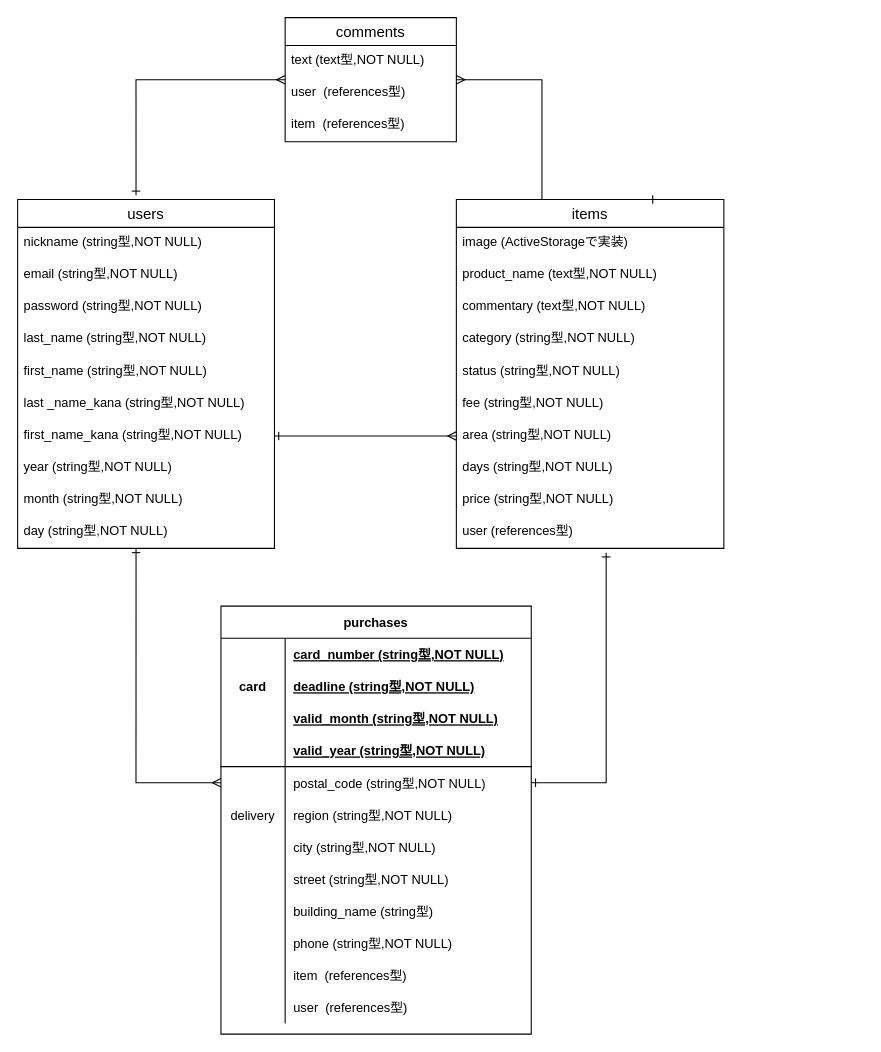
Above: furima.dio in watayuuu/furima-32319 (draw.io), before the change. Source tidied: cells renumbered, new cells numbered last; positions are measured from the earlier drawing's top-left corner, leaving out a move shared by most shapes. Both pictures are drawn from the tidied source at 107%, with x=0, y=0 at pixel (17, 17).
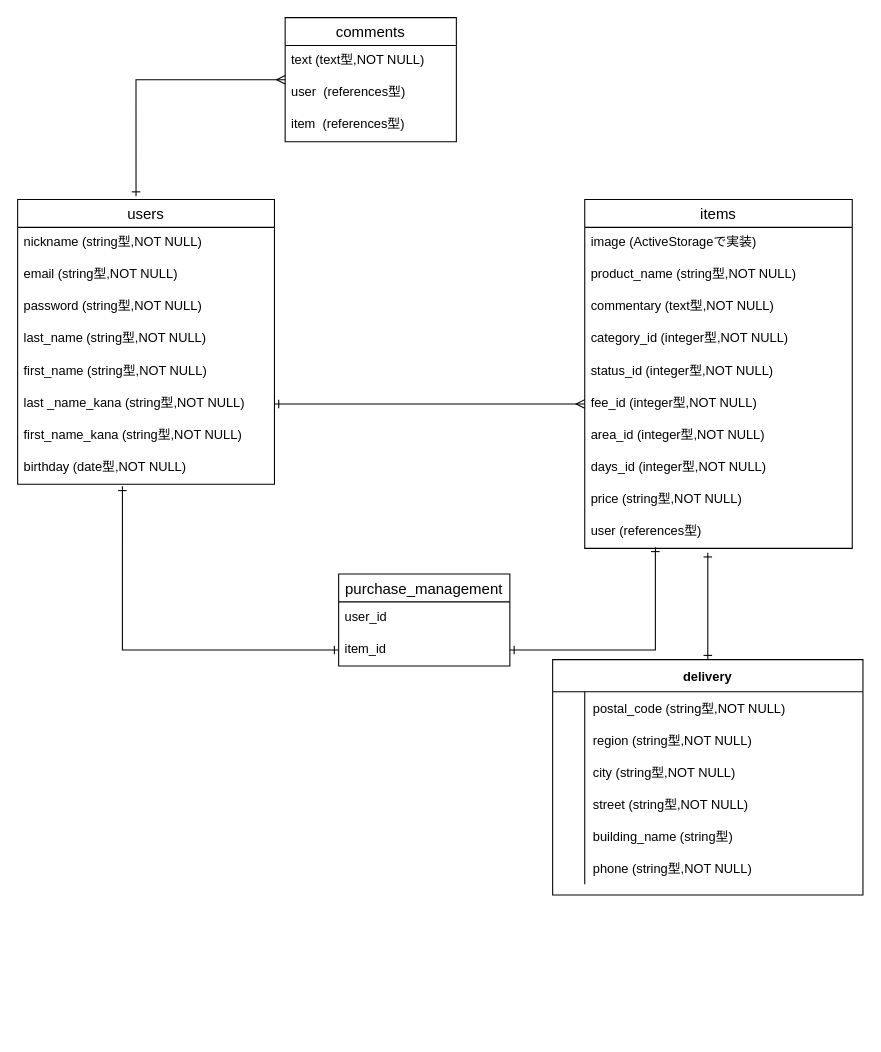
After the change.

Commit message (it also covers changes not shown here):
セータベース設計の修正１

Unchanged cells that the change refers to:
```xml
<mxCell id="8" value="last _name_kana (string型,NOT NULL)" style="text;strokeColor=none;fillColor=none;spacingLeft=4;spacingRight=4;overflow=hidden;points=[[0,0.5],[1,0.5]];portConstraint=eastwest;fontSize=12;" parent="2" vertex="1">
  <mxGeometry y="176" width="240" height="30" as="geometry" />
</mxCell>
<mxCell id="9" value="first_name_kana (string型,NOT NULL)" style="text;strokeColor=none;fillColor=none;spacingLeft=4;spacingRight=4;overflow=hidden;points=[[0,0.5],[1,0.5]];portConstraint=eastwest;fontSize=12;" parent="2" vertex="1">
  <mxGeometry y="206" width="240" height="30" as="geometry" />
</mxCell>
<mxCell id="23" value="user (references型)" style="text;strokeColor=none;fillColor=none;spacingLeft=4;spacingRight=4;overflow=hidden;points=[[0,0.5],[1,0.5]];portConstraint=eastwest;fontSize=12;" parent="13" vertex="1">
  <mxGeometry y="296" width="250" height="30" as="geometry" />
</mxCell>
<mxCell id="66" value="comments" style="swimlane;fontStyle=0;horizontal=1;startSize=26;align=center;fontSize=14;" parent="1" vertex="1">
  <mxGeometry x="250" width="160" height="116" as="geometry" />
</mxCell>
```

Diff of the diagram source:
```diff
@@
     <mxCell id="2" value="users" style="swimlane;fontStyle=0;horizontal=1;startSize=26;align=center;fontSize=14;" parent="1" vertex="1">
-      <mxGeometry y="170" width="240" height="326" as="geometry" />
+      <mxGeometry y="170" width="240" height="266" as="geometry" />
     </mxCell>
@@
-    <mxCell id="10" value="year (string型,NOT NULL)" style="text;strokeColor=none;fillColor=none;spacingLeft=4;spacingRight=4;overflow=hidden;fontSize=12;" parent="2" vertex="1">
-      <mxGeometry y="236" width="240" height="30" as="geometry" />
-    </mxCell>
-    <mxCell id="11" value="month (string型,NOT NULL)" style="text;strokeColor=none;fillColor=none;spacingLeft=4;spacingRight=4;overflow=hidden;fontSize=12;" parent="2" vertex="1">
-      <mxGeometry y="266" width="240" height="30" as="geometry" />
-    </mxCell>
-    <mxCell id="12" value="day (string型,NOT NULL)" style="text;strokeColor=none;fillColor=none;spacingLeft=4;spacingRight=4;overflow=hidden;points=[[0,0.5],[1,0.5]];portConstraint=eastwest;fontSize=12;" parent="2" vertex="1">
-      <mxGeometry y="296" width="240" height="30" as="geometry" />
+    <mxCell id="12" value="birthday (date型,NOT NULL)" style="text;strokeColor=none;fillColor=none;spacingLeft=4;spacingRight=4;overflow=hidden;points=[[0,0.5],[1,0.5]];portConstraint=eastwest;fontSize=12;" parent="2" vertex="1">
+      <mxGeometry y="236" width="240" height="30" as="geometry" />
     </mxCell>
     <mxCell id="13" value="items" style="swimlane;fontStyle=0;horizontal=1;startSize=26;align=center;fontSize=14;" parent="1" vertex="1">
-      <mxGeometry x="410" y="170" width="250" height="326" as="geometry" />
+      <mxGeometry x="530" y="170" width="250" height="326" as="geometry" />
     </mxCell>
@@
-    <mxCell id="15" value="product_name (text型,NOT NULL)" style="text;strokeColor=none;fillColor=none;spacingLeft=4;spacingRight=4;overflow=hidden;fontSize=12;" parent="13" vertex="1">
+    <mxCell id="15" value="product_name (string型,NOT NULL)" style="text;strokeColor=none;fillColor=none;spacingLeft=4;spacingRight=4;overflow=hidden;fontSize=12;" parent="13" vertex="1">
       <mxGeometry y="56" width="250" height="30" as="geometry" />
     </mxCell>
@@
-    <mxCell id="17" value="category (string型,NOT NULL)" style="text;strokeColor=none;fillColor=none;spacingLeft=4;spacingRight=4;overflow=hidden;fontSize=12;" parent="13" vertex="1">
+    <mxCell id="17" value="category_id (integer型,NOT NULL)" style="text;strokeColor=none;fillColor=none;spacingLeft=4;spacingRight=4;overflow=hidden;fontSize=12;" parent="13" vertex="1">
       <mxGeometry y="116" width="250" height="30" as="geometry" />
     </mxCell>
-    <mxCell id="18" value="status (string型,NOT NULL)" style="text;strokeColor=none;fillColor=none;spacingLeft=4;spacingRight=4;overflow=hidden;fontSize=12;" parent="13" vertex="1">
+    <mxCell id="18" value="status_id (integer型,NOT NULL)" style="text;strokeColor=none;fillColor=none;spacingLeft=4;spacingRight=4;overflow=hidden;fontSize=12;" parent="13" vertex="1">
       <mxGeometry y="146" width="250" height="30" as="geometry" />
     </mxCell>
-    <mxCell id="19" value="fee (string型,NOT NULL)" style="text;strokeColor=none;fillColor=none;spacingLeft=4;spacingRight=4;overflow=hidden;points=[[0,0.5],[1,0.5]];portConstraint=eastwest;fontSize=12;" parent="13" vertex="1">
+    <mxCell id="19" value="fee_id (integer型,NOT NULL)" style="text;strokeColor=none;fillColor=none;spacingLeft=4;spacingRight=4;overflow=hidden;points=[[0,0.5],[1,0.5]];portConstraint=eastwest;fontSize=12;" parent="13" vertex="1">
       <mxGeometry y="176" width="250" height="30" as="geometry" />
     </mxCell>
-    <mxCell id="20" value="area (string型,NOT NULL)" style="text;strokeColor=none;fillColor=none;spacingLeft=4;spacingRight=4;overflow=hidden;points=[[0,0.5],[1,0.5]];portConstraint=eastwest;fontSize=12;" parent="13" vertex="1">
+    <mxCell id="20" value="area_id (integer型,NOT NULL)" style="text;strokeColor=none;fillColor=none;spacingLeft=4;spacingRight=4;overflow=hidden;points=[[0,0.5],[1,0.5]];portConstraint=eastwest;fontSize=12;" parent="13" vertex="1">
       <mxGeometry y="206" width="250" height="30" as="geometry" />
     </mxCell>
-    <mxCell id="21" value="days (string型,NOT NULL)" style="text;strokeColor=none;fillColor=none;spacingLeft=4;spacingRight=4;overflow=hidden;fontSize=12;" parent="13" vertex="1">
+    <mxCell id="21" value="days_id (integer型,NOT NULL)" style="text;strokeColor=none;fillColor=none;spacingLeft=4;spacingRight=4;overflow=hidden;fontSize=12;" parent="13" vertex="1">
       <mxGeometry y="236" width="250" height="30" as="geometry" />
     </mxCell>
@@
-    <mxCell id="24" style="rounded=0;jettySize=auto;html=1;exitX=1;exitY=0.5;exitDx=0;exitDy=0;startArrow=ERone;startFill=0;endArrow=ERmany;endFill=0;" parent="1" edge="1" source="9" target="20">
-      <mxGeometry relative="1" as="geometry" />
-    </mxCell>
+    <mxCell id="70" style="edgeStyle=orthogonalEdgeStyle;rounded=0;jettySize=auto;html=1;startArrow=ERone;startFill=0;endArrow=ERone;endFill=0;" parent="1" edge="1" source="25">
+      <mxGeometry relative="1" as="geometry">
+        <mxPoint x="645" y="500" as="targetPoint" />
+      </mxGeometry>
+    </mxCell>
-    <mxCell id="25" value="purchases" style="shape=table;startSize=30;childLayout=tableLayout;rowLines=0;fontStyle=1;align=center;" parent="1" vertex="1">
-      <mxGeometry x="190" y="550" width="290" height="400" as="geometry" />
+    <mxCell id="25" value="delivery" style="shape=table;startSize=30;childLayout=tableLayout;rowLines=0;fontStyle=1;align=center;" parent="1" vertex="1">
+      <mxGeometry x="500" y="600" width="290" height="220" as="geometry" />
     </mxCell>
-    <mxCell id="26" style="shape=partialRectangle;fillColor=none;top=0;left=0;bottom=0;right=0;" parent="25" vertex="1">
-      <mxGeometry y="30" width="290" height="30" as="geometry" />
-    </mxCell>
-    <mxCell id="27" style="shape=partialRectangle;fillColor=none;top=0;left=0;bottom=0;right=0;fontStyle=1;overflow=hidden;" parent="26" vertex="1">
-      <mxGeometry width="60" height="30" as="geometry" />
-    </mxCell>
-    <mxCell id="28" value="card_number (string型,NOT NULL)" style="shape=partialRectangle;fillColor=none;top=0;left=0;bottom=0;right=0;align=left;spacingLeft=6;fontStyle=5;overflow=hidden;" parent="26" vertex="1">
-      <mxGeometry x="60" width="230" height="30" as="geometry" />
-    </mxCell>
-    <mxCell id="29" style="shape=partialRectangle;fillColor=none;top=0;left=0;bottom=0;right=0;" parent="25" vertex="1">
-      <mxGeometry y="60" width="290" height="30" as="geometry" />
-    </mxCell>
-    <mxCell id="30" value="card" style="shape=partialRectangle;fillColor=none;top=0;left=0;bottom=0;right=0;fontStyle=1;overflow=hidden;" parent="29" vertex="1">
-      <mxGeometry width="60" height="30" as="geometry" />
-    </mxCell>
-    <mxCell id="31" value="deadline (string型,NOT NULL)" style="shape=partialRectangle;fillColor=none;top=0;left=0;bottom=0;right=0;align=left;spacingLeft=6;fontStyle=5;overflow=hidden;" parent="29" vertex="1">
-      <mxGeometry x="60" width="230" height="30" as="geometry" />
-    </mxCell>
-    <mxCell id="32" style="shape=partialRectangle;fillColor=none;top=0;left=0;bottom=0;right=0;" parent="25" vertex="1">
-      <mxGeometry y="90" width="290" height="30" as="geometry" />
-    </mxCell>
-    <mxCell id="33" style="shape=partialRectangle;fillColor=none;top=0;left=0;bottom=0;right=0;fontStyle=1;overflow=hidden;" parent="32" vertex="1">
-      <mxGeometry width="60" height="30" as="geometry" />
-    </mxCell>
-    <mxCell id="34" value="valid_month (string型,NOT NULL)" style="shape=partialRectangle;fillColor=none;top=0;left=0;bottom=0;right=0;align=left;spacingLeft=6;fontStyle=5;overflow=hidden;" parent="32" vertex="1">
-      <mxGeometry x="60" width="230" height="30" as="geometry" />
-    </mxCell>
-    <mxCell id="35" style="shape=partialRectangle;fillColor=none;top=0;left=0;bottom=1;right=0;" parent="25" vertex="1">
-      <mxGeometry y="120" width="290" height="30" as="geometry" />
-    </mxCell>
-    <mxCell id="36" style="shape=partialRectangle;fillColor=none;top=0;left=0;bottom=0;right=0;fontStyle=1;overflow=hidden;" parent="35" vertex="1">
-      <mxGeometry width="60" height="30" as="geometry" />
-    </mxCell>
-    <mxCell id="37" value="valid_year (string型,NOT NULL)" style="shape=partialRectangle;fillColor=none;top=0;left=0;bottom=0;right=0;align=left;spacingLeft=6;fontStyle=5;overflow=hidden;" parent="35" vertex="1">
-      <mxGeometry x="60" width="230" height="30" as="geometry" />
-    </mxCell>
     <mxCell id="38" style="shape=partialRectangle;fillColor=none;top=0;left=0;bottom=0;right=0;points=[[0,0.5],[1,0.5]];portConstraint=eastwest;" parent="25" vertex="1">
-      <mxGeometry y="150" width="290" height="30" as="geometry" />
+      <mxGeometry y="30" width="290" height="30" as="geometry" />
     </mxCell>
     <mxCell id="39" style="shape=partialRectangle;fillColor=none;top=0;left=0;bottom=0;right=0;overflow=hidden;" parent="38" vertex="1">
-      <mxGeometry width="60" height="30" as="geometry" />
+      <mxGeometry width="30" height="30" as="geometry" />
     </mxCell>
     <mxCell id="40" value="postal_code (string型,NOT NULL)" style="shape=partialRectangle;fillColor=none;top=0;left=0;bottom=0;right=0;align=left;spacingLeft=6;overflow=hidden;" parent="38" vertex="1">
-      <mxGeometry x="60" width="230" height="30" as="geometry" />
+      <mxGeometry x="30" width="260" height="30" as="geometry" />
     </mxCell>
     <mxCell id="41" style="shape=partialRectangle;fillColor=none;top=0;left=0;bottom=0;right=0;" parent="25" vertex="1">
-      <mxGeometry y="180" width="290" height="30" as="geometry" />
+      <mxGeometry y="60" width="290" height="30" as="geometry" />
     </mxCell>
-    <mxCell id="42" value="delivery" style="shape=partialRectangle;fillColor=none;top=0;left=0;bottom=0;right=0;overflow=hidden;" parent="41" vertex="1">
-      <mxGeometry width="60" height="30" as="geometry" />
+    <mxCell id="42" style="shape=partialRectangle;fillColor=none;top=0;left=0;bottom=0;right=0;overflow=hidden;" parent="41" vertex="1">
+      <mxGeometry width="30" height="30" as="geometry" />
     </mxCell>
     <mxCell id="43" value="region (string型,NOT NULL)" style="shape=partialRectangle;fillColor=none;top=0;left=0;bottom=0;right=0;align=left;spacingLeft=6;overflow=hidden;" parent="41" vertex="1">
-      <mxGeometry x="60" width="230" height="30" as="geometry" />
+      <mxGeometry x="30" width="260" height="30" as="geometry" />
     </mxCell>
     <mxCell id="44" style="shape=partialRectangle;fillColor=none;top=0;left=0;bottom=0;right=0;" parent="25" vertex="1">
-      <mxGeometry y="210" width="290" height="30" as="geometry" />
+      <mxGeometry y="90" width="290" height="30" as="geometry" />
     </mxCell>
     <mxCell id="45" style="shape=partialRectangle;fillColor=none;top=0;left=0;bottom=0;right=0;overflow=hidden;" parent="44" vertex="1">
-      <mxGeometry width="60" height="30" as="geometry" />
+      <mxGeometry width="30" height="30" as="geometry" />
     </mxCell>
     <mxCell id="46" value="city (string型,NOT NULL)" style="shape=partialRectangle;fillColor=none;top=0;left=0;bottom=0;right=0;align=left;spacingLeft=6;overflow=hidden;" parent="44" vertex="1">
-      <mxGeometry x="60" width="230" height="30" as="geometry" />
+      <mxGeometry x="30" width="260" height="30" as="geometry" />
     </mxCell>
     <mxCell id="47" style="shape=partialRectangle;fillColor=none;top=0;left=0;bottom=0;right=0;" parent="25" vertex="1">
-      <mxGeometry y="240" width="290" height="30" as="geometry" />
+      <mxGeometry y="120" width="290" height="30" as="geometry" />
     </mxCell>
     <mxCell id="48" style="shape=partialRectangle;fillColor=none;top=0;left=0;bottom=0;right=0;overflow=hidden;" parent="47" vertex="1">
-      <mxGeometry width="60" height="30" as="geometry" />
+      <mxGeometry width="30" height="30" as="geometry" />
     </mxCell>
     <mxCell id="49" value="street (string型,NOT NULL)" style="shape=partialRectangle;fillColor=none;top=0;left=0;bottom=0;right=0;align=left;spacingLeft=6;overflow=hidden;" parent="47" vertex="1">
-      <mxGeometry x="60" width="230" height="30" as="geometry" />
+      <mxGeometry x="30" width="260" height="30" as="geometry" />
     </mxCell>
     <mxCell id="50" style="shape=partialRectangle;fillColor=none;top=0;left=0;bottom=0;right=0;" parent="25" vertex="1">
-      <mxGeometry y="270" width="290" height="30" as="geometry" />
+      <mxGeometry y="150" width="290" height="30" as="geometry" />
     </mxCell>
     <mxCell id="51" style="shape=partialRectangle;fillColor=none;top=0;left=0;bottom=0;right=0;overflow=hidden;" parent="50" vertex="1">
-      <mxGeometry width="60" height="30" as="geometry" />
+      <mxGeometry width="30" height="30" as="geometry" />
     </mxCell>
     <mxCell id="52" value="building_name (string型) " style="shape=partialRectangle;fillColor=none;top=0;left=0;bottom=0;right=0;align=left;spacingLeft=6;overflow=hidden;" parent="50" vertex="1">
-      <mxGeometry x="60" width="230" height="30" as="geometry" />
+      <mxGeometry x="30" width="260" height="30" as="geometry" />
     </mxCell>
     <mxCell id="53" style="shape=partialRectangle;fillColor=none;top=0;left=0;bottom=0;right=0;" parent="25" vertex="1">
-      <mxGeometry y="300" width="290" height="30" as="geometry" />
+      <mxGeometry y="180" width="290" height="30" as="geometry" />
     </mxCell>
     <mxCell id="54" style="shape=partialRectangle;fillColor=none;top=0;left=0;bottom=0;right=0;overflow=hidden;" parent="53" vertex="1">
-      <mxGeometry width="60" height="30" as="geometry" />
+      <mxGeometry width="30" height="30" as="geometry" />
     </mxCell>
     <mxCell id="55" value="phone (string型,NOT NULL)" style="shape=partialRectangle;fillColor=none;top=0;left=0;bottom=0;right=0;align=left;spacingLeft=6;overflow=hidden;" parent="53" vertex="1">
-      <mxGeometry x="60" width="230" height="30" as="geometry" />
+      <mxGeometry x="30" width="260" height="30" as="geometry" />
     </mxCell>
-    <mxCell id="56" style="shape=partialRectangle;fillColor=none;top=0;left=0;bottom=0;right=0;" parent="25" vertex="1">
-      <mxGeometry y="330" width="290" height="30" as="geometry" />
-    </mxCell>
-    <mxCell id="57" style="shape=partialRectangle;fillColor=none;top=0;left=0;bottom=0;right=0;overflow=hidden;" parent="56" vertex="1">
-      <mxGeometry width="60" height="30" as="geometry" />
-    </mxCell>
-    <mxCell id="58" value="item  (references型)" style="shape=partialRectangle;fillColor=none;top=0;left=0;bottom=0;right=0;align=left;spacingLeft=6;overflow=hidden;" parent="56" vertex="1">
-      <mxGeometry x="60" width="230" height="30" as="geometry" />
-    </mxCell>
-    <mxCell id="59" style="shape=partialRectangle;fillColor=none;top=0;left=0;bottom=0;right=0;" parent="25" vertex="1">
-      <mxGeometry y="360" width="290" height="30" as="geometry" />
-    </mxCell>
-    <mxCell id="60" style="shape=partialRectangle;fillColor=none;top=0;left=0;bottom=0;right=0;overflow=hidden;" parent="59" vertex="1">
-      <mxGeometry width="60" height="30" as="geometry" />
-    </mxCell>
-    <mxCell id="61" value="user  (references型)" style="shape=partialRectangle;fillColor=none;top=0;left=0;bottom=0;right=0;align=left;spacingLeft=6;overflow=hidden;" parent="59" vertex="1">
-      <mxGeometry x="60" width="230" height="30" as="geometry" />
-    </mxCell>
-    <mxCell id="62" style="edgeStyle=orthogonalEdgeStyle;rounded=0;jettySize=auto;html=1;exitX=1;exitY=0.5;exitDx=0;exitDy=0;endArrow=ERone;endFill=0;startArrow=ERone;startFill=0;entryX=0.56;entryY=1.133;entryDx=0;entryDy=0;entryPerimeter=0;" parent="1" edge="1" source="38" target="23">
-      <mxGeometry relative="1" as="geometry">
-        <Array as="points">
-          <mxPoint x="550" y="715" />
-        </Array>
-      </mxGeometry>
-    </mxCell>
-    <mxCell id="63" style="edgeStyle=orthogonalEdgeStyle;rounded=0;jettySize=auto;html=1;exitX=0;exitY=0.5;exitDx=0;exitDy=0;entryX=0.461;entryY=1;entryDx=0;entryDy=0;entryPerimeter=0;startArrow=ERmany;startFill=0;endArrow=ERone;endFill=0;" parent="1" edge="1" source="38" target="12">
-      <mxGeometry relative="1" as="geometry" />
-    </mxCell>
-    <mxCell id="64" style="edgeStyle=orthogonalEdgeStyle;rounded=0;jettySize=auto;html=1;startArrow=ERmany;startFill=0;endArrow=ERone;endFill=0;entryX=0.75;entryY=0;entryDx=0;entryDy=0;" parent="1" edge="1" source="66" target="13">
-      <mxGeometry relative="1" as="geometry">
-        <Array as="points">
-          <mxPoint x="490" y="58" />
-          <mxPoint x="490" y="170" />
-        </Array>
-      </mxGeometry>
-    </mxCell>
@@
+    <mxCell id="71" value="purchase_management" style="swimlane;fontStyle=0;horizontal=1;startSize=26;align=center;fontSize=14;" parent="1" vertex="1">
+      <mxGeometry x="300" y="520" width="160" height="86" as="geometry" />
+    </mxCell>
+    <mxCell id="72" value="user_id" style="text;strokeColor=none;fillColor=none;spacingLeft=4;spacingRight=4;overflow=hidden;fontSize=12;" parent="71" vertex="1">
+      <mxGeometry y="26" width="160" height="30" as="geometry" />
+    </mxCell>
+    <mxCell id="73" value="item_id" style="text;strokeColor=none;fillColor=none;spacingLeft=4;spacingRight=4;overflow=hidden;points=[[0,0.5],[1,0.5]];portConstraint=eastwest;fontSize=12;" parent="71" vertex="1">
+      <mxGeometry y="56" width="160" height="30" as="geometry" />
+    </mxCell>
+    <mxCell id="74" style="edgeStyle=orthogonalEdgeStyle;rounded=0;jettySize=auto;html=1;exitX=0;exitY=0.5;exitDx=0;exitDy=0;entryX=0.408;entryY=1.067;entryDx=0;entryDy=0;entryPerimeter=0;startArrow=ERone;startFill=0;endArrow=ERone;endFill=0;" parent="1" edge="1" source="73" target="12">
+      <mxGeometry relative="1" as="geometry">
+        <Array as="points">
+          <mxPoint x="98" y="591" />
+        </Array>
+      </mxGeometry>
+    </mxCell>
+    <mxCell id="75" style="edgeStyle=orthogonalEdgeStyle;rounded=0;jettySize=auto;html=1;entryX=0.264;entryY=0.967;entryDx=0;entryDy=0;entryPerimeter=0;endArrow=ERone;endFill=0;startArrow=ERone;startFill=0;" parent="1" edge="1" source="73" target="23">
+      <mxGeometry relative="1" as="geometry" />
+    </mxCell>
+    <mxCell id="76" style="edgeStyle=orthogonalEdgeStyle;rounded=0;jettySize=auto;html=1;entryX=0;entryY=0.5;entryDx=0;entryDy=0;startArrow=ERone;startFill=0;endArrow=ERmany;endFill=0;" parent="1" edge="1" source="8" target="19">
+      <mxGeometry relative="1" as="geometry" />
+    </mxCell>
```
